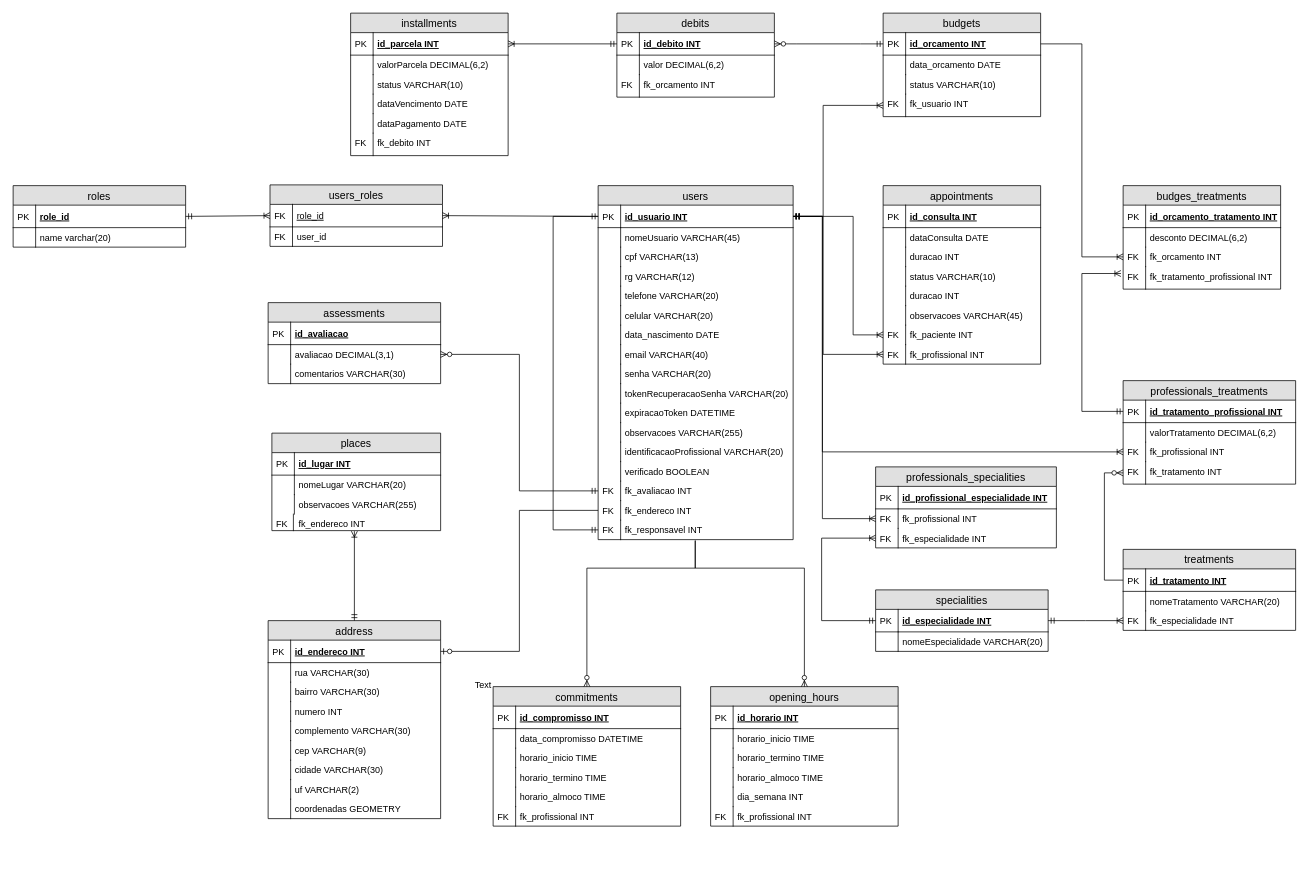
Before: docs/DER.drawio in XPTO-55/backend, a draw.io diagram. Source tidied: cells renumbered, new cells numbered last; positions are measured from the earlier drawing's top-left corner, leaving out a move shared by most shapes. Both pictures are drawn from the tidied source at 75%, with x=0, y=0 at pixel (13, 13).
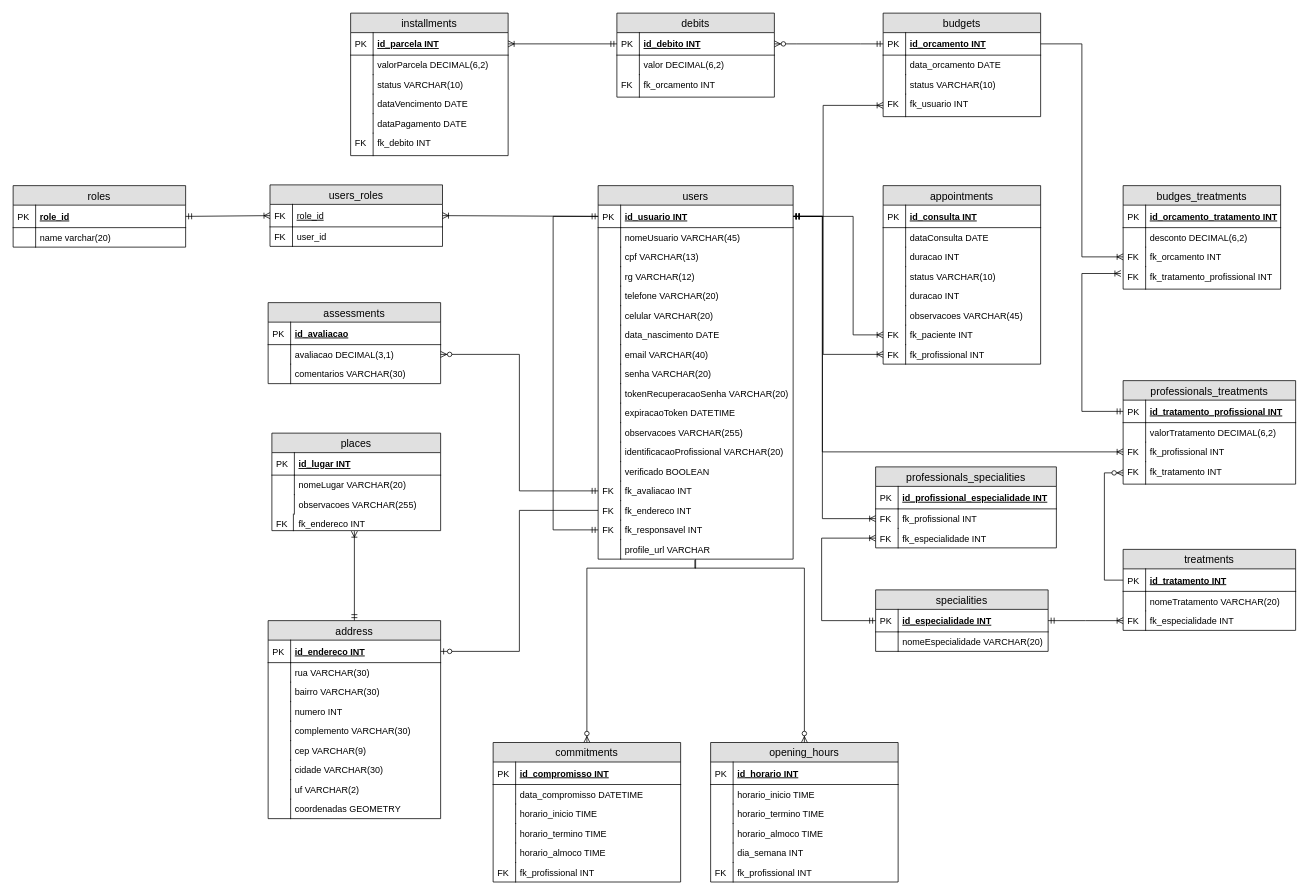
Above is the later version.

The change refers to these unchanged cells:
```xml
<mxCell id="140" value="fk_responsavel INT" style="shape=partialRectangle;top=0;left=0;right=0;bottom=0;align=left;verticalAlign=top;fillColor=none;spacingLeft=34;spacingRight=4;overflow=hidden;points=[[0,0.5],[1,0.5]];portConstraint=eastwest;fontSize=12;" parent="107" vertex="1">
  <mxGeometry y="446" width="260" height="26" as="geometry" />
</mxCell>
```

Change to the diagram source:
```diff
@@
     <mxCell id="107" value="users" style="swimlane;fontStyle=0;horizontal=1;startSize=26;fillColor=#e0e0e0;swimlaneFillColor=#ffffff;align=center;fontSize=14;" parent="1" vertex="1">
-      <mxGeometry x="780" y="230" width="260" height="472" as="geometry" />
+      <mxGeometry x="780" y="230" width="260" height="498" as="geometry" />
     </mxCell>
@@
+    <mxCell id="211" value="profile_url VARCHAR" style="shape=partialRectangle;top=0;left=0;right=0;bottom=0;align=left;verticalAlign=top;fillColor=none;spacingLeft=34;spacingRight=4;overflow=hidden;fontSize=12;" parent="107" vertex="1">
+      <mxGeometry y="472" width="260" height="26" as="geometry" />
+    </mxCell>
+    <mxCell id="212" style="shape=partialRectangle;top=0;left=0;bottom=0;fillColor=none;align=left;verticalAlign=top;spacingLeft=4;spacingRight=4;overflow=hidden;fontSize=12;" parent="211" vertex="1">
+      <mxGeometry width="30" height="26" as="geometry" />
+    </mxCell>
@@
     <mxCell id="150" value="opening_hours" style="swimlane;fontStyle=0;horizontal=1;startSize=26;fillColor=#e0e0e0;swimlaneFillColor=#ffffff;align=center;fontSize=14;" parent="1" vertex="1">
-      <mxGeometry x="930" y="898" width="250" height="186" as="geometry" />
+      <mxGeometry x="930" y="972.5" width="250" height="186" as="geometry" />
     </mxCell>
@@
     <mxCell id="163" value="commitments" style="swimlane;fontStyle=0;horizontal=1;startSize=26;fillColor=#e0e0e0;swimlaneFillColor=#ffffff;align=center;fontSize=14;" parent="1" vertex="1">
-      <mxGeometry x="640" y="898" width="250" height="186" as="geometry" />
+      <mxGeometry x="640" y="972.5" width="250" height="186" as="geometry" />
     </mxCell>
@@
-    <mxCell id="180" style="edgeStyle=elbowEdgeStyle;fontSize=12;html=1;endArrow=ERzeroToMany;endFill=1;rounded=0;exitX=0.498;exitY=1.067;exitDx=0;exitDy=0;exitPerimeter=0;entryX=0.5;entryY=0;entryDx=0;entryDy=0;elbow=vertical;" parent="1" edge="1" source="140" target="163">
+    <mxCell id="180" style="edgeStyle=elbowEdgeStyle;fontSize=12;html=1;endArrow=ERzeroToMany;endFill=1;rounded=0;entryX=0.5;entryY=0;entryDx=0;entryDy=0;elbow=vertical;" parent="1" edge="1" target="163">
       <mxGeometry relative="1" as="geometry">
+        <mxPoint x="910" y="728" as="sourcePoint" />
         <Array as="points">
           <mxPoint x="830" y="740" />
         </Array>
       </mxGeometry>
     </mxCell>
-    <mxCell id="181" style="edgeStyle=elbowEdgeStyle;fontSize=12;html=1;endArrow=ERzeroToMany;endFill=1;rounded=0;exitX=0.498;exitY=1.03;exitDx=0;exitDy=0;exitPerimeter=0;entryX=0.5;entryY=0;entryDx=0;entryDy=0;elbow=vertical;" parent="1" edge="1" source="140" target="150">
+    <mxCell id="181" style="edgeStyle=elbowEdgeStyle;fontSize=12;html=1;endArrow=ERzeroToMany;endFill=1;rounded=0;entryX=0.5;entryY=0;entryDx=0;entryDy=0;elbow=vertical;" parent="1" edge="1" target="150">
       <mxGeometry relative="1" as="geometry">
+        <mxPoint x="909" y="729" as="sourcePoint" />
         <Array as="points">
           <mxPoint x="970" y="740" />
         </Array>
       </mxGeometry>
     </mxCell>
@@
-    <mxCell id="211" value="Text" style="text;html=1;align=left;verticalAlign=top;spacingTop=-4;" parent="1" vertex="1">
-      <mxGeometry x="614" y="886" width="32" height="14" as="geometry" />
-    </mxCell>
```
